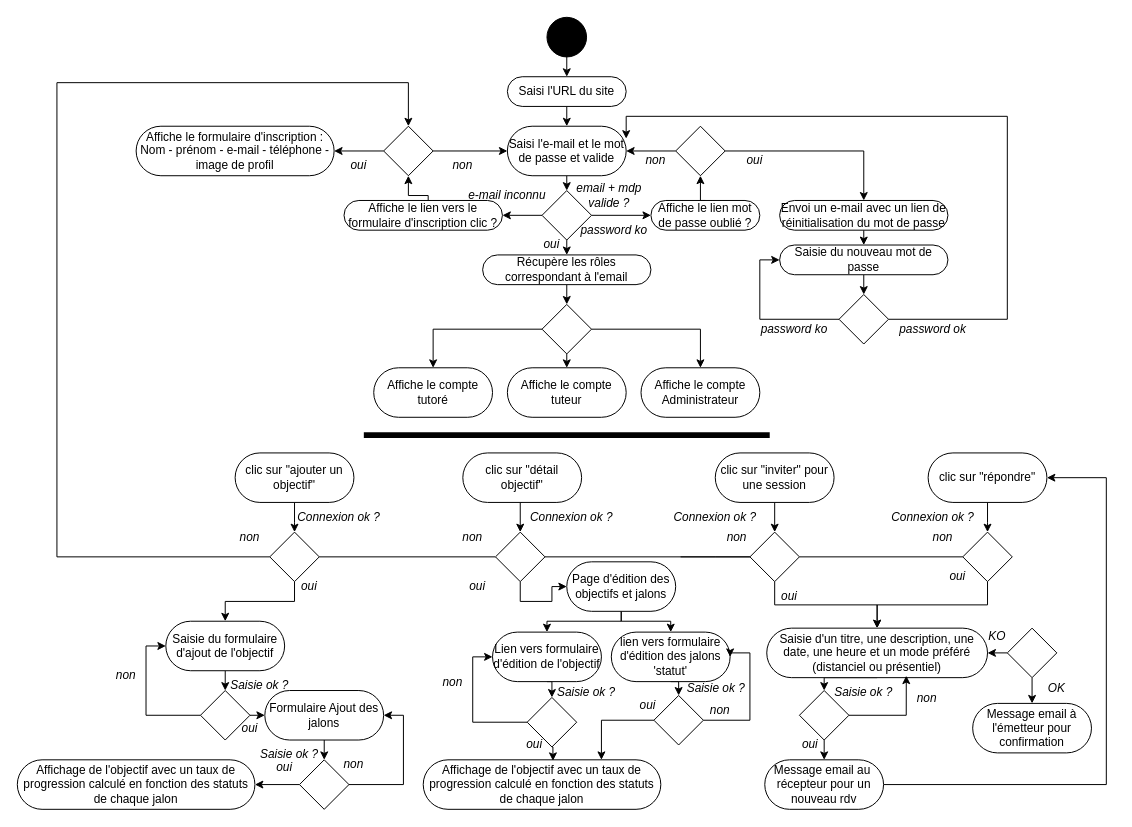
Before: page "diagramme d'activité" (2 of 4) of uml_avenirs.drawio in cbeauquel/oc_projet9, a draw.io diagram. Source tidied: cells renumbered, new cells numbered last; positions are measured from the earlier drawing's top-left corner, leaving out a move shared by most shapes. Both pictures are drawn from the tidied source at 99%, with x=0, y=0 at pixel (17, 17).
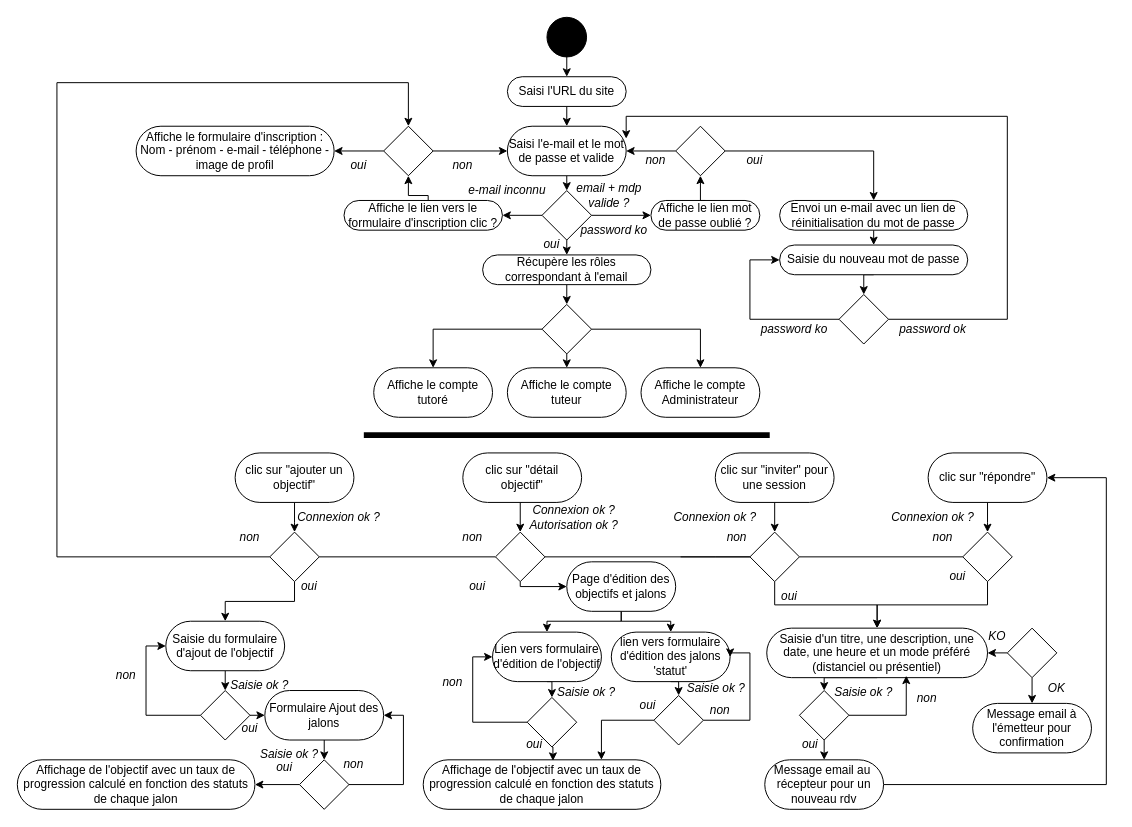
The same diagram, later.

Commit message:
Mettre à jour uml_avenirs.drawio, corrections mineures sur le diagramme d'activités

Unchanged cells that the change refers to:
```xml
<mxCell id="35" style="rhombus;whiteSpace=wrap;html=1;" parent="1" vertex="1">
  <mxGeometry x="830" y="280" width="50" height="50" as="geometry" />
</mxCell>
<mxCell id="83" value="&lt;div&gt;&lt;span style=&quot;background-color: initial;&quot;&gt;lien vers formulaire d'édition des jalons 'statut'&lt;/span&gt;&lt;br&gt;&lt;/div&gt;" style="rounded=1;whiteSpace=wrap;html=1;arcSize=50;" parent="1" vertex="1">
  <mxGeometry x="600" y="621" width="120" height="50" as="geometry" />
</mxCell>
<mxCell id="95" style="rhombus;whiteSpace=wrap;html=1;" parent="1" vertex="1">
  <mxGeometry x="643" y="685" width="50" height="50" as="geometry" />
</mxCell>
<mxCell id="118" style="rhombus;whiteSpace=wrap;html=1;" parent="1" vertex="1">
  <mxGeometry x="483" y="520" width="50" height="50" as="geometry" />
</mxCell>
<mxCell id="135" value="Page d'édition des objectifs et jalons" style="rounded=1;whiteSpace=wrap;html=1;arcSize=50;" parent="1" vertex="1">
  <mxGeometry x="555" y="550" width="110" height="50" as="geometry" />
</mxCell>
```

What changed in the source:
```diff
@@
     <mxCell id="30" value="Envoi un e-mail avec un lien de réinitialisation du mot de passe" style="rounded=1;whiteSpace=wrap;html=1;arcSize=50;" parent="1" vertex="1">
-      <mxGeometry x="770" y="185" width="170" height="30" as="geometry" />
+      <mxGeometry x="770" y="185" width="190" height="30" as="geometry" />
     </mxCell>
@@
     <mxCell id="32" value="Saisie du nouveau mot de passe" style="rounded=1;whiteSpace=wrap;html=1;arcSize=50;" parent="1" vertex="1">
-      <mxGeometry x="770" y="230" width="170" height="30" as="geometry" />
+      <mxGeometry x="770" y="230" width="190" height="30" as="geometry" />
     </mxCell>
     <mxCell id="33" style="edgeStyle=orthogonalEdgeStyle;rounded=0;jettySize=auto;html=1;exitX=0;exitY=0.5;exitDx=0;exitDy=0;entryX=0;entryY=0.5;entryDx=0;entryDy=0;" parent="1" edge="1" source="35" target="32">
-      <mxGeometry relative="1" as="geometry" />
+      <mxGeometry relative="1" as="geometry">
+        <Array as="points">
+          <mxPoint x="740" y="305" />
+          <mxPoint x="740" y="245" />
+        </Array>
+      </mxGeometry>
     </mxCell>
@@
     <mxCell id="41" value="e-mail inconnu" style="text;html=1;align=center;verticalAlign=middle;whiteSpace=wrap;rounded=0;fontStyle=2;" parent="1" vertex="1">
-      <mxGeometry x="450" y="165" width="90" height="30" as="geometry" />
+      <mxGeometry x="450" y="160" width="90" height="30" as="geometry" />
     </mxCell>
@@
     <mxCell id="94" style="edgeStyle=orthogonalEdgeStyle;rounded=0;jettySize=auto;html=1;exitX=1;exitY=0.5;exitDx=0;exitDy=0;entryX=1;entryY=0.5;entryDx=0;entryDy=0;" parent="1" edge="1" source="95" target="83">
       <mxGeometry relative="1" as="geometry">
         <Array as="points">
           <mxPoint x="740" y="710" />
           <mxPoint x="740" y="642" />
+          <mxPoint x="720" y="642" />
         </Array>
       </mxGeometry>
     </mxCell>
@@
-    <mxCell id="113" value="Connexion ok ?" style="text;html=1;align=center;verticalAlign=middle;whiteSpace=wrap;rounded=0;fontStyle=2;" parent="1" vertex="1">
-      <mxGeometry x="515" y="490" width="90" height="30" as="geometry" />
+    <mxCell id="113" value="Connexion ok ?&lt;div&gt;Autorisation ok ?&lt;/div&gt;" style="text;html=1;align=center;verticalAlign=middle;whiteSpace=wrap;rounded=0;fontStyle=2;" parent="1" vertex="1">
+      <mxGeometry x="515" y="490" width="95" height="30" as="geometry" />
     </mxCell>
@@
     <mxCell id="116" style="edgeStyle=orthogonalEdgeStyle;rounded=0;jettySize=auto;html=1;exitX=0.5;exitY=1;exitDx=0;exitDy=0;entryX=0;entryY=0.5;entryDx=0;entryDy=0;" parent="1" edge="1" source="118" target="135">
       <mxGeometry relative="1" as="geometry">
         <Array as="points">
-          <mxPoint x="508" y="590" />
-          <mxPoint x="540" y="590" />
-          <mxPoint x="540" y="575" />
+          <mxPoint x="508" y="575" />
         </Array>
       </mxGeometry>
     </mxCell>
```
